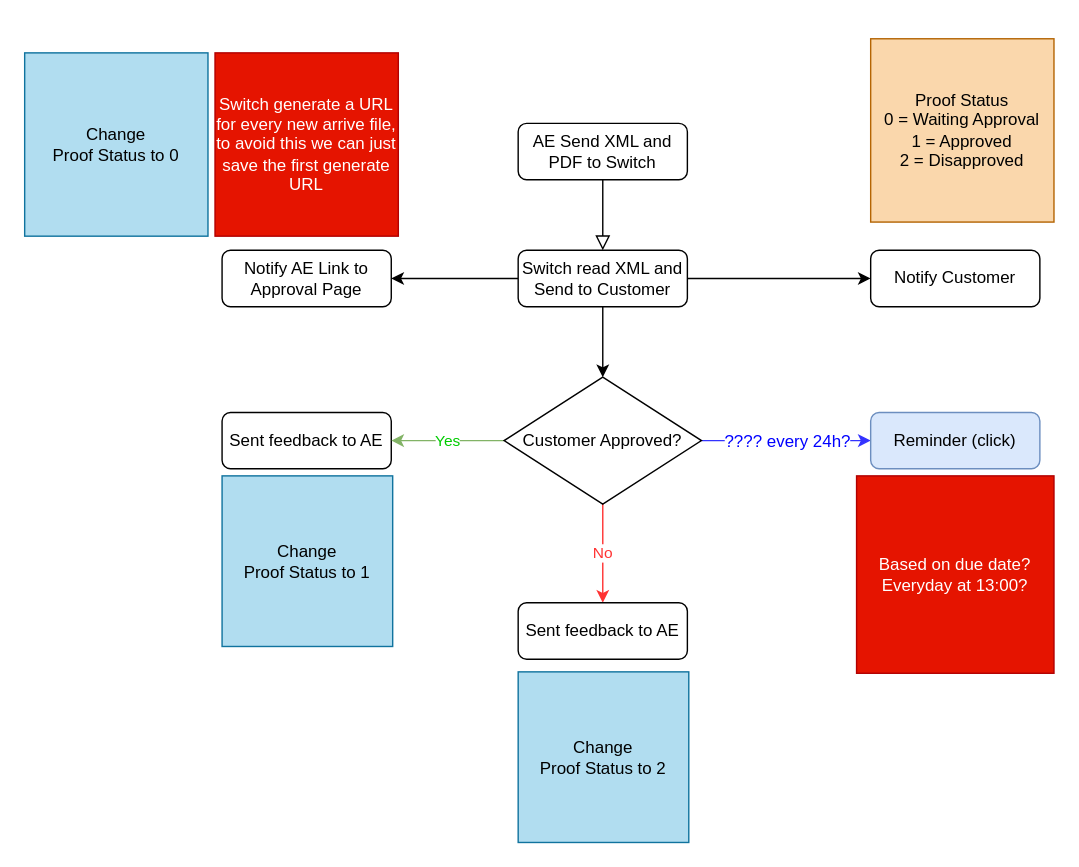
Above: page "Main" (1 of 2) of Reminder Email.drawio in bbertolani/newprint-reminder (draw.io), before the change. Source tidied: cells renumbered, new cells numbered last; positions are measured from the earlier drawing's top-left corner, leaving out a move shared by most shapes. Both pictures are drawn from the tidied source at 141%, with x=0, y=0 at pixel (24, 38).
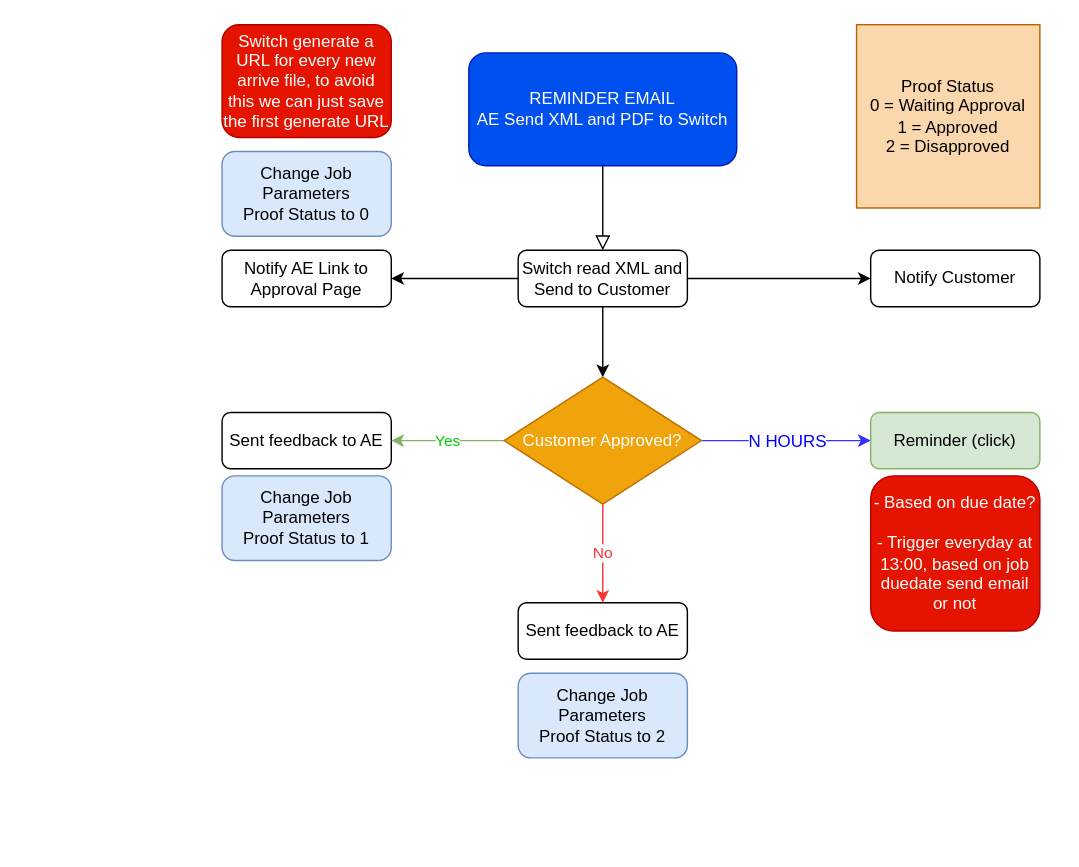
The same diagram, later.

Unchanged cells that the change refers to:
```xml
<mxCell id="13" style="edgeStyle=orthogonalEdgeStyle;rounded=0;jettySize=auto;html=1;fillColor=#dae8fc;strokeColor=#3333FF;" parent="1" edge="1" source="15" target="17">
  <mxGeometry relative="1" as="geometry" />
</mxCell>
```

The edit, as a diff of the source:
```diff
@@
-    <mxCell id="3" value="AE Send XML and PDF to Switch" style="rounded=1;whiteSpace=wrap;html=1;fontSize=12;glass=0;strokeWidth=1;shadow=0;" parent="1" vertex="1">
-      <mxGeometry x="350" y="60" width="120" height="40" as="geometry" />
+    <mxCell id="3" value="REMINDER EMAIL&lt;br&gt;AE Send XML and PDF to Switch" style="rounded=1;whiteSpace=wrap;html=1;fontSize=12;glass=0;strokeWidth=1;shadow=0;fillColor=#0050ef;strokeColor=#001DBC;fontColor=#ffffff;" parent="1" vertex="1">
+      <mxGeometry x="315" y="10" width="190" height="80" as="geometry" />
     </mxCell>
@@
-    <mxCell id="14" value="???? every 24h?" style="text;html=1;align=center;verticalAlign=middle;labelBackgroundColor=#ffffff;fontColor=#0000FF;" parent="13" vertex="1">
+    <mxCell id="14" value="N HOURS" style="text;html=1;align=center;verticalAlign=middle;labelBackgroundColor=#ffffff;fontColor=#0000FF;" parent="13" vertex="1">
       <mxGeometry x="-0.1" relative="1" as="geometry">
         <mxPoint x="6" as="offset" />
       </mxGeometry>
     </mxCell>
-    <mxCell id="15" value="Customer Approved?" style="rhombus;whiteSpace=wrap;html=1;" parent="1" vertex="1">
+    <mxCell id="15" value="Customer Approved?" style="rhombus;whiteSpace=wrap;html=1;fillColor=#f0a30a;strokeColor=#BD7000;fontColor=#ffffff;" parent="1" vertex="1">
       <mxGeometry x="340" y="240" width="140" height="90" as="geometry" />
     </mxCell>
@@
-    <mxCell id="17" value="Reminder (click)" style="rounded=1;whiteSpace=wrap;html=1;fontSize=12;glass=0;strokeWidth=1;shadow=0;fillColor=#dae8fc;strokeColor=#6c8ebf;" parent="1" vertex="1">
+    <mxCell id="17" value="Reminder (click)" style="rounded=1;whiteSpace=wrap;html=1;fontSize=12;glass=0;strokeWidth=1;shadow=0;fillColor=#d5e8d4;strokeColor=#82b366;" parent="1" vertex="1">
       <mxGeometry x="600" y="265" width="120" height="40" as="geometry" />
     </mxCell>
-    <mxCell id="18" value="Based on due date?&lt;br&gt;Everyday at 13:00?" style="whiteSpace=wrap;html=1;fontColor=#ffffff;fillColor=#e51400;strokeColor=#B20000;" parent="1" vertex="1">
-      <mxGeometry x="590" y="310" width="140" height="140" as="geometry" />
-    </mxCell>
+    <mxCell id="23" value="Proof Status&lt;br&gt;0 = Waiting Approval&lt;br&gt;1 = Approved&lt;br&gt;2 = Disapproved" style="whiteSpace=wrap;html=1;fillColor=#fad7ac;strokeColor=#b46504;" parent="1" vertex="1">
+      <mxGeometry x="590" y="-10" width="130" height="130" as="geometry" />
+    </mxCell>
+    <mxCell id="24" value="Change Job Parameters&lt;br&gt;Proof Status to 1" style="rounded=1;whiteSpace=wrap;html=1;fillColor=#dae8fc;strokeColor=#6c8ebf;" parent="1" vertex="1">
+      <mxGeometry x="140" y="310" width="120" height="60" as="geometry" />
+    </mxCell>
+    <mxCell id="25" value="Change Job Parameters&lt;br&gt;Proof Status to 2" style="rounded=1;whiteSpace=wrap;html=1;fillColor=#dae8fc;strokeColor=#6c8ebf;" parent="1" vertex="1">
+      <mxGeometry x="350" y="450" width="120" height="60" as="geometry" />
+    </mxCell>
+    <mxCell id="26" value="&lt;span style=&quot;white-space: normal&quot;&gt;Change Job Parameters&lt;/span&gt;&lt;br style=&quot;white-space: normal&quot;&gt;&lt;span style=&quot;white-space: normal&quot;&gt;Proof Status to 0&lt;/span&gt;" style="rounded=1;whiteSpace=wrap;html=1;fillColor=#dae8fc;strokeColor=#6c8ebf;" parent="1" vertex="1">
+      <mxGeometry x="140" y="80" width="120" height="60" as="geometry" />
+    </mxCell>
-    <mxCell id="19" value="Switch generate a URL for every new arrive file, to avoid this we can just save the first generate URL" style="whiteSpace=wrap;html=1;fontColor=#ffffff;fillColor=#e51400;strokeColor=#B20000;" parent="1" vertex="1">
-      <mxGeometry x="135" y="10" width="130" height="130" as="geometry" />
+    <mxCell id="19" value="Switch generate a URL for every new arrive file, to avoid this we can just save the first generate URL" style="rounded=1;whiteSpace=wrap;html=1;fillColor=#e51400;strokeColor=#B20000;fontColor=#ffffff;" parent="1" vertex="1">
+      <mxGeometry x="140" y="-10" width="120" height="80" as="geometry" />
     </mxCell>
-    <mxCell id="20" value="Change &lt;br&gt;Proof Status to 2" style="whiteSpace=wrap;html=1;fillColor=#b1ddf0;strokeColor=#10739e;" parent="1" vertex="1">
-      <mxGeometry x="350" y="449" width="121" height="121" as="geometry" />
-    </mxCell>
-    <mxCell id="21" value="Change &lt;br&gt;Proof Status to 0" style="whiteSpace=wrap;html=1;fillColor=#b1ddf0;strokeColor=#10739e;" parent="1" vertex="1">
-      <mxGeometry y="10" width="130" height="130" as="geometry" />
-    </mxCell>
-    <mxCell id="22" value="Change &lt;br&gt;Proof Status to 1&lt;br&gt;" style="whiteSpace=wrap;html=1;fillColor=#b1ddf0;strokeColor=#10739e;" parent="1" vertex="1">
-      <mxGeometry x="140" y="310" width="121" height="121" as="geometry" />
-    </mxCell>
-    <mxCell id="23" value="Proof Status&lt;br&gt;0 = Waiting Approval&lt;br&gt;1 = Approved&lt;br&gt;2 = Disapproved" style="whiteSpace=wrap;html=1;fillColor=#fad7ac;strokeColor=#b46504;" parent="1" vertex="1">
-      <mxGeometry x="600" width="130" height="130" as="geometry" />
-    </mxCell>
+    <mxCell id="27" value="&lt;span style=&quot;color: rgb(255 , 255 , 255) ; white-space: normal&quot;&gt;- Based on due date?&lt;br&gt;&lt;/span&gt;&lt;br style=&quot;color: rgb(255 , 255 , 255) ; white-space: normal&quot;&gt;&lt;span style=&quot;color: rgb(255 , 255 , 255) ; white-space: normal&quot;&gt;- Trigger everyday at 13:00, based on job duedate send email or not&lt;/span&gt;" style="rounded=1;whiteSpace=wrap;html=1;fillColor=#e51400;strokeColor=#B20000;fontColor=#ffffff;" parent="1" vertex="1">
+      <mxGeometry x="600" y="310" width="120" height="110" as="geometry" />
+    </mxCell>
```
